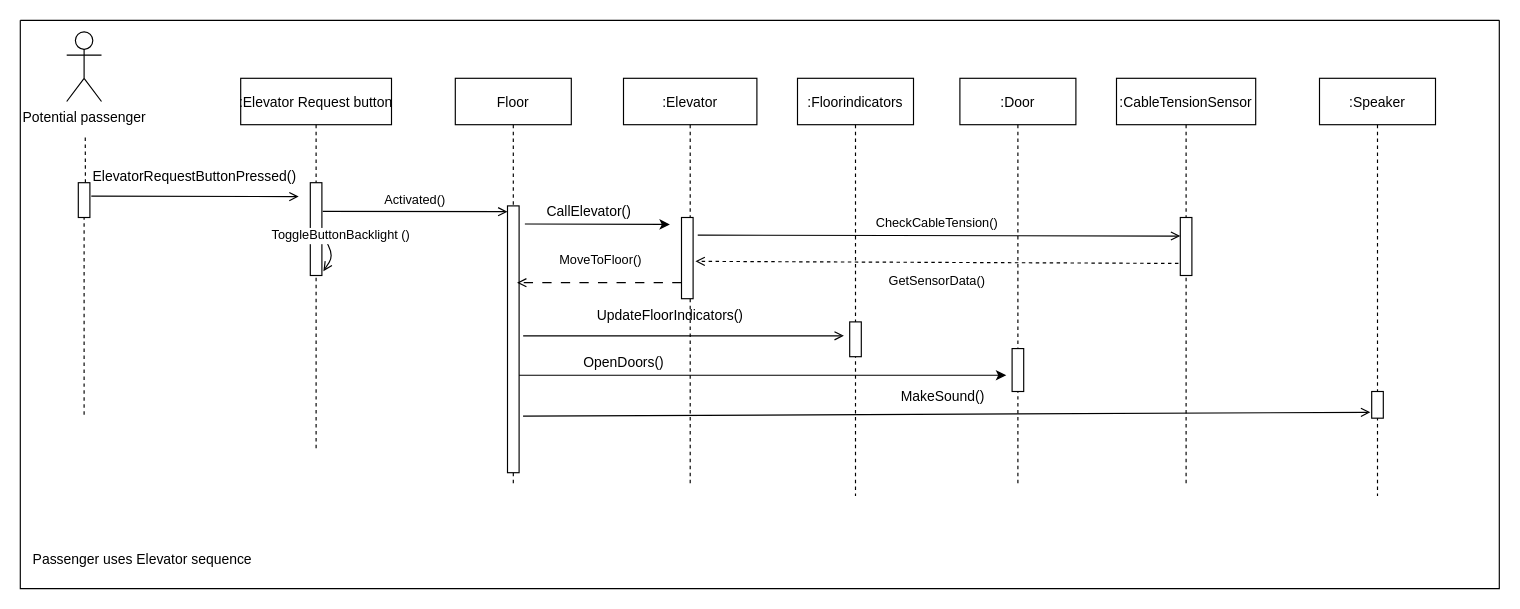
TiemonS/Tiemon-Steeghs-Semester-3-Repository keeps this draw.io diagram as Sofware Design/Elevator Challenge/Potential passenger sequence diagram.drawio. Above is the earlier version. Source tidied: cells renumbered, new cells numbered last; positions are measured from the earlier drawing's top-left corner, leaving out a move shared by most shapes. Both pictures are drawn from the tidied source at 116%, with x=0, y=0 at pixel (20, 20).
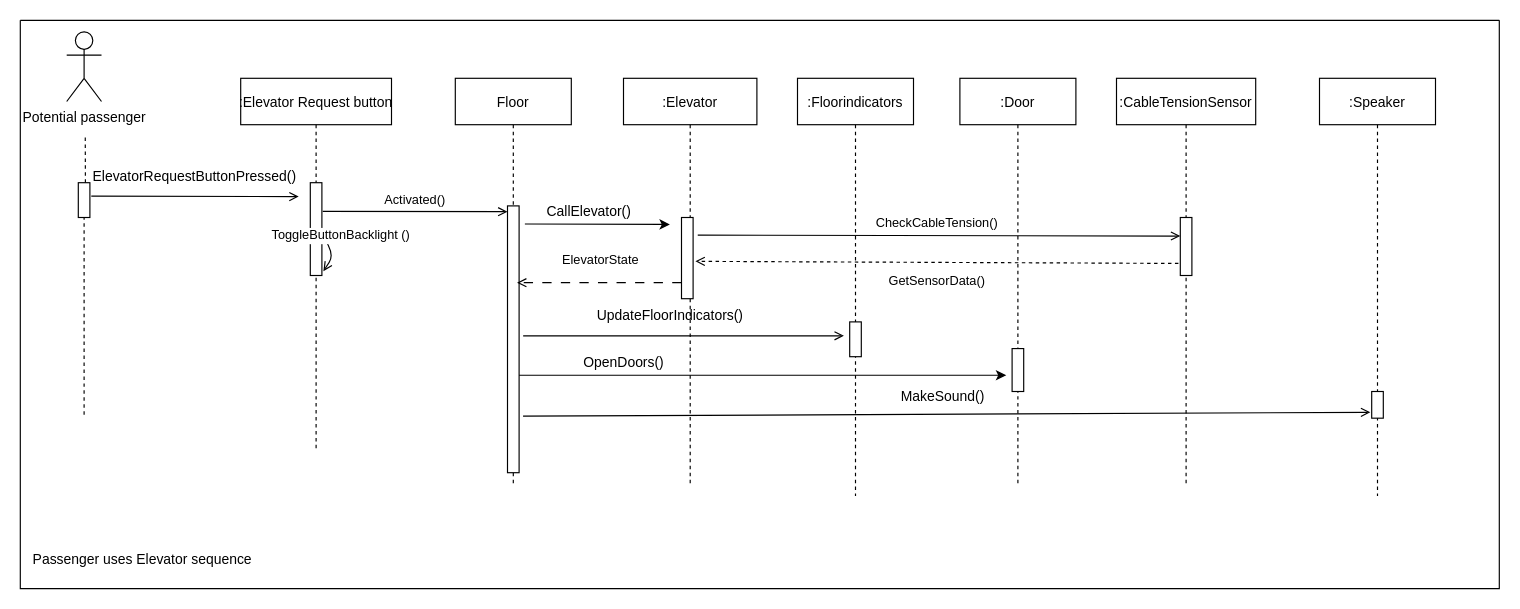
The same page after the edit.

The change refers to these unchanged cells:
```xml
<mxCell id="2" style="swimlane;startSize=0;" parent="1" vertex="1">
  <mxGeometry width="1275" height="490" as="geometry" />
</mxCell>
```

Diff of the diagram source:
```diff
@@
-    <mxCell id="29" value="&lt;font style=&quot;font-size: 11px;&quot;&gt;MoveToFloor()&lt;/font&gt;" style="text;html=1;align=center;verticalAlign=middle;strokeColor=none;fillColor=none;" parent="2" vertex="1">
+    <mxCell id="29" value="&lt;font style=&quot;font-size: 11px;&quot;&gt;ElevatorState&lt;/font&gt;" style="text;html=1;align=center;verticalAlign=middle;strokeColor=none;fillColor=none;" parent="2" vertex="1">
       <mxGeometry x="455" y="192" width="90" height="30" as="geometry" />
     </mxCell>
```
